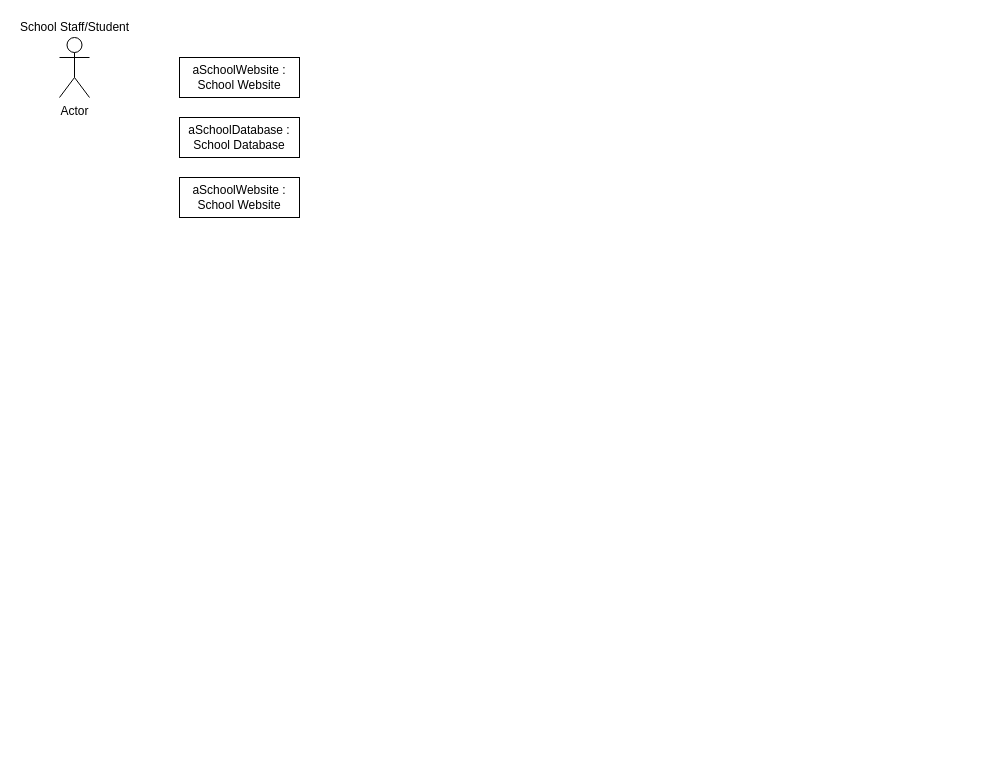
Earlier version of the draw.io diagram 6-1-Project.drawio (kincaidtk901/Workspace). Source tidied: cells renumbered, new cells numbered last; positions are measured from the earlier drawing's top-left corner, leaving out a move shared by most shapes. Both pictures are drawn from the tidied source at 100%, with x=0, y=0 at pixel (17, 17).
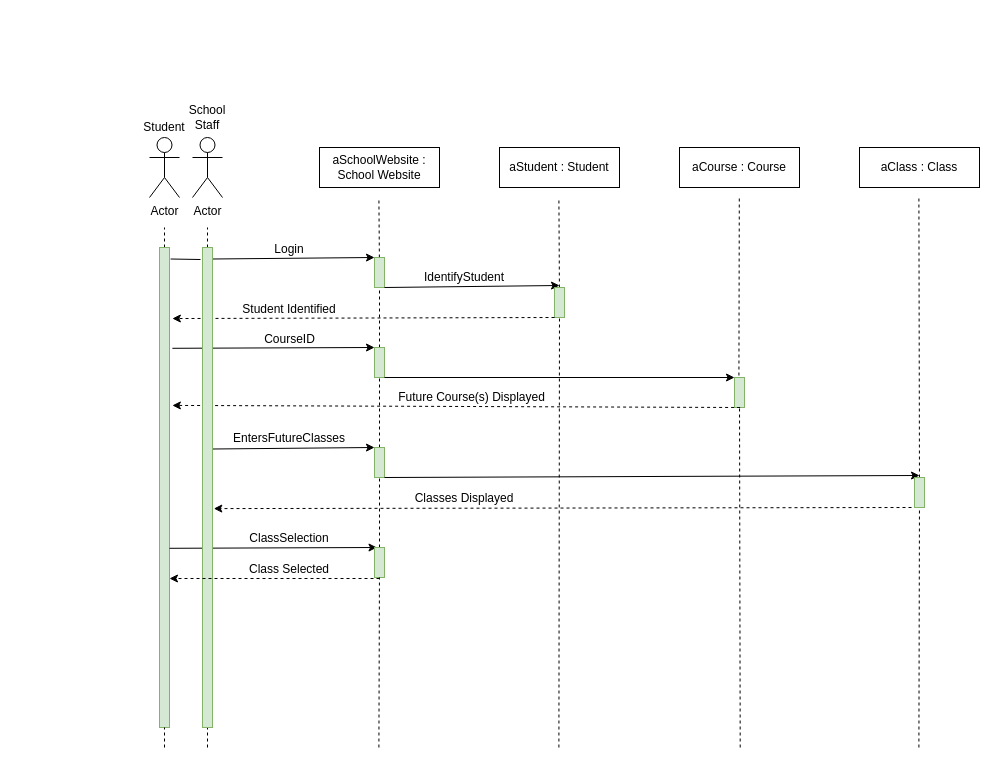
Above is the later version.

Diff of the diagram source:
```diff
@@
     <mxCell id="2" value="Actor" style="shape=umlActor;verticalLabelPosition=bottom;verticalAlign=top;html=1;" parent="1" vertex="1">
-      <mxGeometry x="42" y="20" width="30" height="60" as="geometry" />
+      <mxGeometry x="175" y="120" width="30" height="60" as="geometry" />
     </mxCell>
-    <mxCell id="3" value="School Staff/Student" style="text;html=1;strokeColor=none;fillColor=none;align=center;verticalAlign=middle;whiteSpace=wrap;rounded=0;" parent="1" vertex="1">
-      <mxGeometry x="-0.5" width="115" height="20" as="geometry" />
+    <mxCell id="3" value="School Staff" style="text;html=1;strokeColor=none;fillColor=none;align=center;verticalAlign=middle;whiteSpace=wrap;rounded=0;" parent="1" vertex="1">
+      <mxGeometry x="170" y="80" width="40" height="40" as="geometry" />
     </mxCell>
     <mxCell id="4" value="aSchoolWebsite : School Website" style="rounded=0;whiteSpace=wrap;html=1;" parent="1" vertex="1">
-      <mxGeometry x="162" y="40" width="120" height="40" as="geometry" />
+      <mxGeometry x="302" y="130" width="120" height="40" as="geometry" />
     </mxCell>
-    <mxCell id="5" value="aSchoolDatabase : School Database" style="rounded=0;whiteSpace=wrap;html=1;" parent="1" vertex="1">
-      <mxGeometry x="162" y="100" width="120" height="40" as="geometry" />
+    <mxCell id="5" value="aStudent : Student" style="rounded=0;whiteSpace=wrap;html=1;" parent="1" vertex="1">
+      <mxGeometry x="482" y="130" width="120" height="40" as="geometry" />
     </mxCell>
-    <mxCell id="6" value="aSchoolWebsite : School Website" style="rounded=0;whiteSpace=wrap;html=1;" parent="1" vertex="1">
-      <mxGeometry x="162" y="160" width="120" height="40" as="geometry" />
+    <mxCell id="6" value="aClass : Class" style="rounded=0;whiteSpace=wrap;html=1;" parent="1" vertex="1">
+      <mxGeometry x="842" y="130" width="120" height="40" as="geometry" />
     </mxCell>
+    <mxCell id="7" style="endArrow=none;dashed=1;html=1;" parent="1" edge="1">
+      <mxGeometry relative="1" as="geometry">
+        <mxPoint x="190" y="230" as="sourcePoint" />
+        <mxPoint x="190" y="210" as="targetPoint" />
+      </mxGeometry>
+    </mxCell>
+    <mxCell id="8" style="endArrow=none;dashed=1;html=1;" parent="1" edge="1">
+      <mxGeometry relative="1" as="geometry">
+        <mxPoint x="190" y="730" as="sourcePoint" />
+        <mxPoint x="190" y="710" as="targetPoint" />
+      </mxGeometry>
+    </mxCell>
+    <mxCell id="9" style="endArrow=none;dashed=1;html=1;" parent="1" edge="1" source="20">
+      <mxGeometry relative="1" as="geometry">
+        <mxPoint x="361.4" y="180" as="targetPoint" />
+      </mxGeometry>
+    </mxCell>
+    <mxCell id="10" style="endArrow=none;dashed=1;html=1;" parent="1" edge="1" source="25">
+      <mxGeometry relative="1" as="geometry">
+        <mxPoint x="541.4" y="180" as="targetPoint" />
+      </mxGeometry>
+    </mxCell>
+    <mxCell id="11" style="endArrow=none;dashed=1;html=1;" parent="1" edge="1">
+      <mxGeometry relative="1" as="geometry">
+        <mxPoint x="721.4" y="370" as="sourcePoint" />
+        <mxPoint x="721.8" y="180" as="targetPoint" />
+      </mxGeometry>
+    </mxCell>
+    <mxCell id="12" value="aCourse : Course" style="rounded=0;whiteSpace=wrap;html=1;" parent="1" vertex="1">
+      <mxGeometry x="662" y="130" width="120" height="40" as="geometry" />
+    </mxCell>
+    <mxCell id="13" style="endArrow=none;dashed=1;html=1;" parent="1" edge="1" source="47">
+      <mxGeometry relative="1" as="geometry">
+        <mxPoint x="901.4" y="180" as="targetPoint" />
+      </mxGeometry>
+    </mxCell>
+    <mxCell id="14" value="Actor" style="shape=umlActor;verticalLabelPosition=bottom;verticalAlign=top;html=1;" parent="1" vertex="1">
+      <mxGeometry x="132" y="120" width="30" height="60" as="geometry" />
+    </mxCell>
+    <mxCell id="15" style="endArrow=none;dashed=1;html=1;" parent="1" edge="1" source="16">
+      <mxGeometry relative="1" as="geometry">
+        <mxPoint x="147" y="210" as="targetPoint" />
+      </mxGeometry>
+    </mxCell>
+    <mxCell id="16" style="rounded=0;whiteSpace=wrap;html=1;fillColor=#d5e8d4;strokeColor=#82b366;" parent="1" vertex="1">
+      <mxGeometry x="142" y="230" width="10" height="480" as="geometry" />
+    </mxCell>
+    <mxCell id="17" style="endArrow=none;dashed=1;html=1;" parent="1" edge="1" target="16">
+      <mxGeometry relative="1" as="geometry">
+        <mxPoint x="147" y="730" as="sourcePoint" />
+      </mxGeometry>
+    </mxCell>
+    <mxCell id="18" value="Student" style="text;html=1;strokeColor=none;fillColor=none;align=center;verticalAlign=middle;whiteSpace=wrap;rounded=0;" parent="1" vertex="1">
+      <mxGeometry x="122" y="100" width="50" height="20" as="geometry" />
+    </mxCell>
+    <mxCell id="19" style="endArrow=classic;html=1;exitX=1.024;exitY=0.024;exitDx=0;exitDy=0;exitPerimeter=0;entryX=0;entryY=0;entryDx=0;entryDy=0;" parent="1" edge="1" target="20">
+      <mxGeometry relative="1" as="geometry">
+        <mxPoint x="195.2" y="241.5" as="sourcePoint" />
+      </mxGeometry>
+    </mxCell>
+    <mxCell id="20" style="rounded=0;whiteSpace=wrap;html=1;fillColor=#d5e8d4;strokeColor=#82b366;" parent="1" vertex="1">
+      <mxGeometry x="357" y="240" width="10" height="30" as="geometry" />
+    </mxCell>
+    <mxCell id="21" style="endArrow=none;dashed=1;html=1;" parent="1" edge="1" source="33" target="20">
+      <mxGeometry relative="1" as="geometry" />
+    </mxCell>
+    <mxCell id="22" value="Login" style="text;html=1;strokeColor=none;fillColor=none;align=center;verticalAlign=middle;whiteSpace=wrap;rounded=0;" parent="1" vertex="1">
+      <mxGeometry x="252" y="222" width="40" height="20" as="geometry" />
+    </mxCell>
+    <mxCell id="23" value="IdentifyStudent" style="text;html=1;strokeColor=none;fillColor=none;align=center;verticalAlign=middle;whiteSpace=wrap;rounded=0;" parent="1" vertex="1">
+      <mxGeometry x="382" y="250" width="130" height="20" as="geometry" />
+    </mxCell>
+    <mxCell id="24" style="endArrow=classic;html=1;exitX=1.024;exitY=0.024;exitDx=0;exitDy=0;exitPerimeter=0;" parent="1" edge="1">
+      <mxGeometry relative="1" as="geometry">
+        <mxPoint x="367" y="270" as="sourcePoint" />
+        <mxPoint x="542" y="268" as="targetPoint" />
+      </mxGeometry>
+    </mxCell>
+    <mxCell id="25" style="rounded=0;whiteSpace=wrap;html=1;fillColor=#d5e8d4;strokeColor=#82b366;" parent="1" vertex="1">
+      <mxGeometry x="537" y="270" width="10" height="30" as="geometry" />
+    </mxCell>
+    <mxCell id="26" style="endArrow=none;dashed=1;html=1;" parent="1" edge="1" target="25">
+      <mxGeometry relative="1" as="geometry">
+        <mxPoint x="541.4" y="730" as="sourcePoint" />
+      </mxGeometry>
+    </mxCell>
+    <mxCell id="27" style="endArrow=classic;html=1;dashed=1;entryX=1.286;entryY=0.148;entryDx=0;entryDy=0;entryPerimeter=0;" parent="1" edge="1" target="16">
+      <mxGeometry relative="1" as="geometry">
+        <mxPoint x="537" y="300" as="sourcePoint" />
+      </mxGeometry>
+    </mxCell>
+    <mxCell id="28" value="Student Identified" style="text;html=1;strokeColor=none;fillColor=none;align=center;verticalAlign=middle;whiteSpace=wrap;rounded=0;" parent="1" vertex="1">
+      <mxGeometry x="207" y="282" width="130" height="20" as="geometry" />
+    </mxCell>
+    <mxCell id="29" style="endArrow=none;html=1;exitX=1.206;exitY=0.024;exitDx=0;exitDy=0;exitPerimeter=0;" parent="1" edge="1">
+      <mxGeometry relative="1" as="geometry">
+        <mxPoint x="153.1" y="241.5" as="sourcePoint" />
+        <mxPoint x="183" y="242" as="targetPoint" />
+      </mxGeometry>
+    </mxCell>
+    <mxCell id="30" style="endArrow=classic;html=1;exitX=1.286;exitY=0.21;exitDx=0;exitDy=0;exitPerimeter=0;entryX=0;entryY=0;entryDx=0;entryDy=0;" parent="1" edge="1" source="16" target="33">
+      <mxGeometry relative="1" as="geometry" />
+    </mxCell>
+    <mxCell id="31" style="endArrow=none;dashed=1;html=1;" parent="1" edge="1" source="36">
+      <mxGeometry relative="1" as="geometry">
+        <mxPoint x="721.3" y="360" as="targetPoint" />
+      </mxGeometry>
+    </mxCell>
+    <mxCell id="32" value="CourseID" style="text;html=1;strokeColor=none;fillColor=none;align=center;verticalAlign=middle;whiteSpace=wrap;rounded=0;" parent="1" vertex="1">
+      <mxGeometry x="234.5" y="311" width="75" height="21" as="geometry" />
+    </mxCell>
+    <mxCell id="33" style="rounded=0;whiteSpace=wrap;html=1;fillColor=#d5e8d4;strokeColor=#82b366;" parent="1" vertex="1">
+      <mxGeometry x="357" y="330" width="10" height="30" as="geometry" />
+    </mxCell>
+    <mxCell id="34" style="endArrow=none;dashed=1;html=1;" parent="1" edge="1" source="41" target="33">
+      <mxGeometry relative="1" as="geometry" />
+    </mxCell>
+    <mxCell id="35" style="endArrow=classic;html=1;exitX=1.024;exitY=0.024;exitDx=0;exitDy=0;exitPerimeter=0;entryX=0;entryY=0;entryDx=0;entryDy=0;" parent="1" edge="1" target="36">
+      <mxGeometry relative="1" as="geometry">
+        <mxPoint x="367" y="360" as="sourcePoint" />
+      </mxGeometry>
+    </mxCell>
+    <mxCell id="36" style="rounded=0;whiteSpace=wrap;html=1;fillColor=#d5e8d4;strokeColor=#82b366;" parent="1" vertex="1">
+      <mxGeometry x="717" y="360" width="10" height="30" as="geometry" />
+    </mxCell>
+    <mxCell id="37" style="endArrow=none;dashed=1;html=1;" parent="1" edge="1" target="36">
+      <mxGeometry relative="1" as="geometry">
+        <mxPoint x="722.7" y="730" as="sourcePoint" />
+      </mxGeometry>
+    </mxCell>
+    <mxCell id="38" style="endArrow=classic;html=1;dashed=1;entryX=1.286;entryY=0.329;entryDx=0;entryDy=0;entryPerimeter=0;" parent="1" edge="1" target="16">
+      <mxGeometry relative="1" as="geometry">
+        <mxPoint x="722.6" y="390" as="sourcePoint" />
+      </mxGeometry>
+    </mxCell>
+    <mxCell id="39" value="Future Course(s) Displayed" style="text;html=1;strokeColor=none;fillColor=none;align=center;verticalAlign=middle;whiteSpace=wrap;rounded=0;" parent="1" vertex="1">
+      <mxGeometry x="372" y="370" width="165" height="20" as="geometry" />
+    </mxCell>
+    <mxCell id="40" style="endArrow=classic;html=1;exitX=1.024;exitY=0.024;exitDx=0;exitDy=0;exitPerimeter=0;entryX=0;entryY=0;entryDx=0;entryDy=0;" parent="1" edge="1">
+      <mxGeometry relative="1" as="geometry">
+        <mxPoint x="195.2" y="431.5" as="sourcePoint" />
+        <mxPoint x="357" y="430" as="targetPoint" />
+      </mxGeometry>
+    </mxCell>
+    <mxCell id="41" style="rounded=0;whiteSpace=wrap;html=1;fillColor=#d5e8d4;strokeColor=#82b366;" parent="1" vertex="1">
+      <mxGeometry x="357" y="430" width="10" height="30" as="geometry" />
+    </mxCell>
+    <mxCell id="42" style="endArrow=none;dashed=1;html=1;" parent="1" edge="1" source="50" target="41">
+      <mxGeometry relative="1" as="geometry" />
+    </mxCell>
+    <mxCell id="43" value="EntersFutureClasses" style="text;html=1;strokeColor=none;fillColor=none;align=center;verticalAlign=middle;whiteSpace=wrap;rounded=0;" parent="1" vertex="1">
+      <mxGeometry x="207" y="411" width="130" height="20" as="geometry" />
+    </mxCell>
+    <mxCell id="44" style="endArrow=classic;html=1;dashed=1;entryX=1.129;entryY=0.544;entryDx=0;entryDy=0;entryPerimeter=0;" parent="1" edge="1">
+      <mxGeometry relative="1" as="geometry">
+        <mxPoint x="894" y="490" as="sourcePoint" />
+        <mxPoint x="196.3" y="491.1" as="targetPoint" />
+      </mxGeometry>
+    </mxCell>
+    <mxCell id="45" value="Classes Displayed" style="text;html=1;strokeColor=none;fillColor=none;align=center;verticalAlign=middle;whiteSpace=wrap;rounded=0;" parent="1" vertex="1">
+      <mxGeometry x="382" y="470" width="130" height="21" as="geometry" />
+    </mxCell>
+    <mxCell id="46" style="endArrow=classic;html=1;exitX=1.024;exitY=0.024;exitDx=0;exitDy=0;exitPerimeter=0;" parent="1" edge="1">
+      <mxGeometry relative="1" as="geometry">
+        <mxPoint x="367" y="460" as="sourcePoint" />
+        <mxPoint x="902" y="458" as="targetPoint" />
+      </mxGeometry>
+    </mxCell>
+    <mxCell id="47" style="rounded=0;whiteSpace=wrap;html=1;fillColor=#d5e8d4;strokeColor=#82b366;" parent="1" vertex="1">
+      <mxGeometry x="897" y="460" width="10" height="30" as="geometry" />
+    </mxCell>
+    <mxCell id="48" style="endArrow=none;dashed=1;html=1;" parent="1" edge="1" target="47">
+      <mxGeometry relative="1" as="geometry">
+        <mxPoint x="901.4" y="730" as="sourcePoint" />
+      </mxGeometry>
+    </mxCell>
+    <mxCell id="49" style="endArrow=classic;html=1;exitX=1.286;exitY=0.21;exitDx=0;exitDy=0;exitPerimeter=0;entryX=0.25;entryY=0;entryDx=0;entryDy=0;" parent="1" edge="1" target="50">
+      <mxGeometry relative="1" as="geometry">
+        <mxPoint x="152" y="530.8" as="sourcePoint" />
+      </mxGeometry>
+    </mxCell>
+    <mxCell id="50" style="rounded=0;whiteSpace=wrap;html=1;fillColor=#d5e8d4;strokeColor=#82b366;" parent="1" vertex="1">
+      <mxGeometry x="357" y="530" width="10" height="30" as="geometry" />
+    </mxCell>
+    <mxCell id="51" style="endArrow=none;dashed=1;html=1;" parent="1" edge="1" target="50">
+      <mxGeometry relative="1" as="geometry">
+        <mxPoint x="361.4" y="730" as="sourcePoint" />
+      </mxGeometry>
+    </mxCell>
+    <mxCell id="52" style="rounded=0;whiteSpace=wrap;html=1;fillColor=#d5e8d4;strokeColor=#82b366;" parent="1" vertex="1">
+      <mxGeometry x="185" y="230" width="10" height="480" as="geometry" />
+    </mxCell>
+    <mxCell id="53" value="ClassSelection" style="text;html=1;strokeColor=none;fillColor=none;align=center;verticalAlign=middle;whiteSpace=wrap;rounded=0;" parent="1" vertex="1">
+      <mxGeometry x="207" y="511" width="130" height="20" as="geometry" />
+    </mxCell>
+    <mxCell id="54" style="endArrow=classic;html=1;dashed=1;entryX=1.286;entryY=0.148;entryDx=0;entryDy=0;entryPerimeter=0;" parent="1" edge="1">
+      <mxGeometry relative="1" as="geometry">
+        <mxPoint x="362" y="561" as="sourcePoint" />
+        <mxPoint x="152" y="561" as="targetPoint" />
+      </mxGeometry>
+    </mxCell>
+    <mxCell id="55" value="Class Selected" style="text;html=1;strokeColor=none;fillColor=none;align=center;verticalAlign=middle;whiteSpace=wrap;rounded=0;" parent="1" vertex="1">
+      <mxGeometry x="207" y="542" width="130" height="20" as="geometry" />
+    </mxCell>
```
